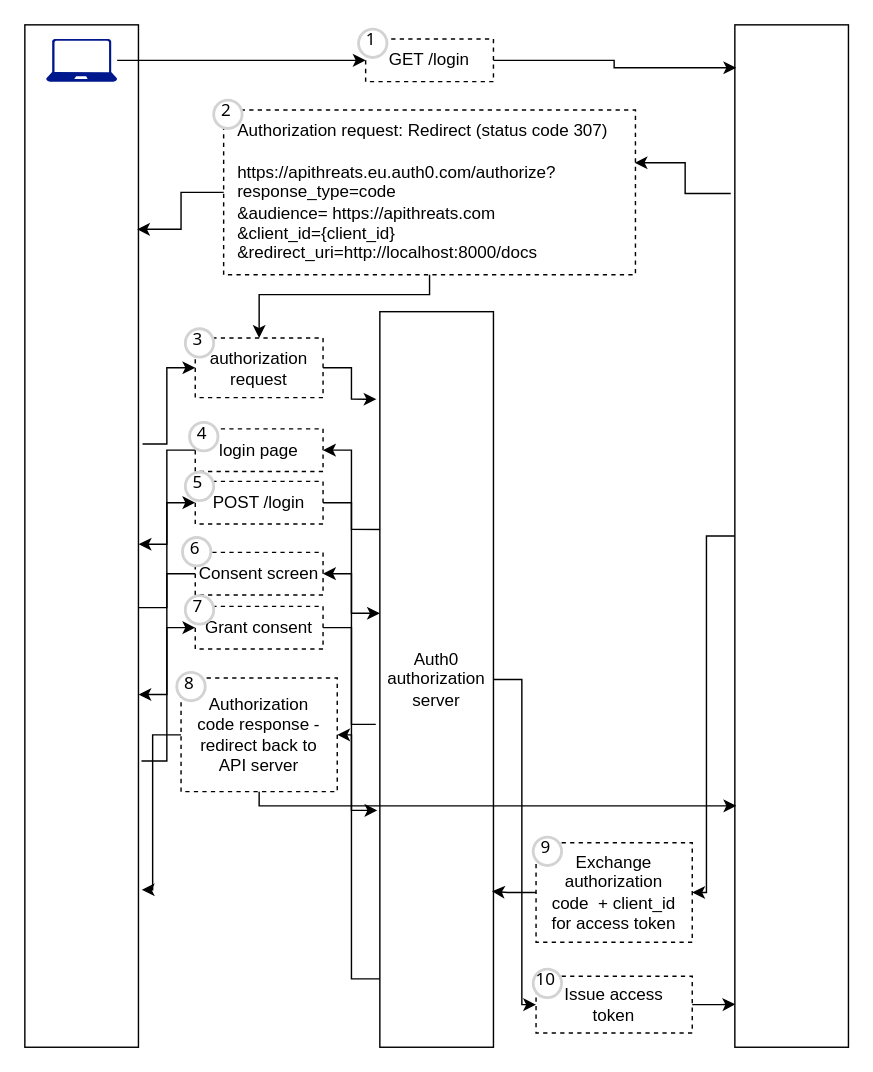
The draw.io diagram page "Page-7" (7 of 7) of ch08.drawio in abunuwas/api-sec-book-imgs, before the edit. Source tidied: cells renumbered, new cells numbered last; positions are measured from the earlier drawing's top-left corner, leaving out a move shared by most shapes. Both pictures are drawn from the tidied source at 142%, with x=0, y=0 at pixel (24, 24).
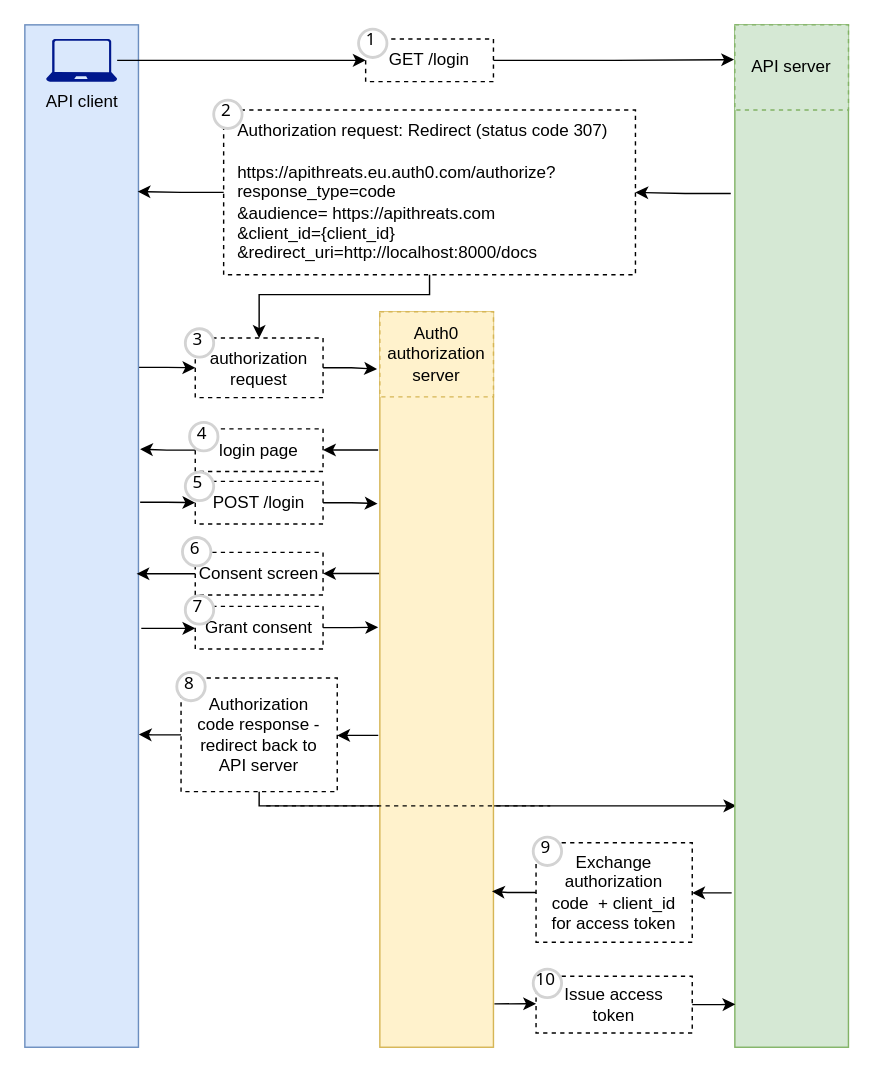
After the change.

Unchanged cells that the change refers to:
```xml
<mxCell id="15" value="GET /login" style="text;html=1;align=center;verticalAlign=middle;whiteSpace=wrap;rounded=0;strokeColor=default;dashed=1;" parent="1" vertex="1">
  <mxGeometry x="240" y="10" width="90" height="30" as="geometry" />
</mxCell>
<mxCell id="17" value="Authorization request: Redirect (status code 307)&lt;div&gt;&lt;br&gt;&lt;/div&gt;&lt;div&gt;https://apithreats.eu.auth0.com/authorize?&lt;/div&gt;&lt;div&gt;response_type=code&lt;/div&gt;&lt;div&gt;&amp;amp;audience= https://apithreats.com&lt;/div&gt;&lt;div&gt;&amp;amp;client_id={client_id}&lt;/div&gt;&lt;div&gt;&amp;amp;redirect_uri=http://localhost:8000/docs&lt;/div&gt;" style="text;html=1;align=left;verticalAlign=middle;whiteSpace=wrap;rounded=0;strokeColor=default;dashed=1;spacing=10;" parent="1" vertex="1">
  <mxGeometry x="140" y="60" width="290" height="116" as="geometry" />
</mxCell>
<mxCell id="18" value="authorization request" style="text;html=1;align=center;verticalAlign=middle;whiteSpace=wrap;rounded=0;strokeColor=default;dashed=1;" parent="1" vertex="1">
  <mxGeometry x="120" y="220.5" width="90" height="42" as="geometry" />
</mxCell>
<mxCell id="20" value="login page" style="text;html=1;align=center;verticalAlign=middle;whiteSpace=wrap;rounded=0;strokeColor=default;dashed=1;" parent="1" vertex="1">
  <mxGeometry x="120" y="284.5" width="90" height="30" as="geometry" />
</mxCell>
<mxCell id="21" value="POST /login" style="text;html=1;align=center;verticalAlign=middle;whiteSpace=wrap;rounded=0;strokeColor=default;dashed=1;" parent="1" vertex="1">
  <mxGeometry x="120" y="321.5" width="90" height="30" as="geometry" />
</mxCell>
<mxCell id="22" value="Consent screen" style="text;html=1;align=center;verticalAlign=middle;whiteSpace=wrap;rounded=0;strokeColor=default;dashed=1;" parent="1" vertex="1">
  <mxGeometry x="120" y="371.5" width="90" height="30" as="geometry" />
</mxCell>
<mxCell id="23" value="Grant&amp;nbsp;&lt;span style=&quot;background-color: transparent; color: light-dark(rgb(0, 0, 0), rgb(255, 255, 255));&quot;&gt;consent&lt;/span&gt;" style="text;html=1;align=center;verticalAlign=middle;whiteSpace=wrap;rounded=0;strokeColor=default;dashed=1;" parent="1" vertex="1">
  <mxGeometry x="120" y="409.5" width="90" height="30" as="geometry" />
</mxCell>
<mxCell id="24" value="Authorization code response - redirect back to API server" style="text;html=1;align=center;verticalAlign=middle;whiteSpace=wrap;rounded=0;strokeColor=default;dashed=1;spacing=8;" parent="1" vertex="1">
  <mxGeometry x="110" y="460" width="110" height="80" as="geometry" />
</mxCell>
<mxCell id="41" value="Exchange authorization code&amp;nbsp; + client_id for access token" style="text;html=1;align=center;verticalAlign=middle;whiteSpace=wrap;rounded=0;strokeColor=default;dashed=1;spacing=6;" parent="1" vertex="1">
  <mxGeometry x="360" y="576" width="110" height="70" as="geometry" />
</mxCell>
<mxCell id="42" value="Issue access token" style="text;html=1;align=center;verticalAlign=middle;whiteSpace=wrap;rounded=0;strokeColor=default;dashed=1;spacing=6;" parent="1" vertex="1">
  <mxGeometry x="360" y="670" width="110" height="40" as="geometry" />
</mxCell>
```

The edit, as a diff of the source:
```diff
@@
+    <mxCell id="45" style="edgeStyle=orthogonalEdgeStyle;rounded=0;jettySize=auto;html=1;" parent="1" edge="1" source="24">
+      <mxGeometry relative="1" as="geometry">
+        <mxPoint x="501" y="550" as="targetPoint" />
+        <Array as="points">
+          <mxPoint x="165" y="550" />
+          <mxPoint x="501" y="550" />
+        </Array>
+      </mxGeometry>
+    </mxCell>
-    <mxCell id="2" style="edgeStyle=orthogonalEdgeStyle;rounded=0;jettySize=auto;html=1;entryX=1;entryY=0.5;entryDx=0;entryDy=0;exitX=0.042;exitY=0.296;exitDx=0;exitDy=0;exitPerimeter=0;" parent="1" edge="1" source="6" target="20">
+    <mxCell id="2" style="edgeStyle=orthogonalEdgeStyle;rounded=0;jettySize=auto;html=1;entryX=1;entryY=0.5;entryDx=0;entryDy=0;exitX=-0.015;exitY=0.188;exitDx=0;exitDy=0;exitPerimeter=0;" parent="1" edge="1" source="6" target="20">
       <mxGeometry relative="1" as="geometry" />
     </mxCell>
-    <mxCell id="3" style="edgeStyle=orthogonalEdgeStyle;rounded=0;jettySize=auto;html=1;entryX=1;entryY=0.5;entryDx=0;entryDy=0;exitX=-0.036;exitY=0.561;exitDx=0;exitDy=0;exitPerimeter=0;" parent="1" edge="1" source="6" target="22">
+    <mxCell id="3" style="edgeStyle=orthogonalEdgeStyle;rounded=0;jettySize=auto;html=1;entryX=1;entryY=0.5;entryDx=0;entryDy=0;exitX=-0.004;exitY=0.356;exitDx=0;exitDy=0;exitPerimeter=0;" parent="1" edge="1" source="6" target="22">
       <mxGeometry relative="1" as="geometry" />
     </mxCell>
-    <mxCell id="4" style="edgeStyle=orthogonalEdgeStyle;rounded=0;jettySize=auto;html=1;entryX=1;entryY=0.5;entryDx=0;entryDy=0;exitX=0.015;exitY=0.907;exitDx=0;exitDy=0;exitPerimeter=0;" parent="1" edge="1" source="6" target="24">
+    <mxCell id="4" style="edgeStyle=orthogonalEdgeStyle;rounded=0;jettySize=auto;html=1;entryX=1;entryY=0.5;entryDx=0;entryDy=0;exitX=-0.014;exitY=0.576;exitDx=0;exitDy=0;exitPerimeter=0;" parent="1" edge="1" source="6" target="24">
       <mxGeometry relative="1" as="geometry" />
     </mxCell>
-    <mxCell id="5" style="edgeStyle=orthogonalEdgeStyle;rounded=0;jettySize=auto;html=1;entryX=0;entryY=0.5;entryDx=0;entryDy=0;" parent="1" edge="1" source="6" target="42">
+    <mxCell id="5" style="edgeStyle=orthogonalEdgeStyle;rounded=0;jettySize=auto;html=1;entryX=0;entryY=0.5;entryDx=0;entryDy=0;exitX=1.008;exitY=0.941;exitDx=0;exitDy=0;exitPerimeter=0;" parent="1" edge="1" source="6" target="42">
       <mxGeometry relative="1" as="geometry" />
     </mxCell>
-    <mxCell id="6" value="Auth0&lt;div&gt;authorization&lt;/div&gt;&lt;div&gt;server&lt;/div&gt;" style="rounded=0;whiteSpace=wrap;html=1;" parent="1" vertex="1">
+    <mxCell id="6" style="rounded=0;whiteSpace=wrap;html=1;fillColor=#fff2cc;strokeColor=#d6b656;" parent="1" vertex="1">
       <mxGeometry x="250" y="202" width="80" height="518" as="geometry" />
     </mxCell>
-    <mxCell id="7" style="edgeStyle=orthogonalEdgeStyle;rounded=0;jettySize=auto;html=1;entryX=0;entryY=0.5;entryDx=0;entryDy=0;exitX=1.036;exitY=0.41;exitDx=0;exitDy=0;exitPerimeter=0;" parent="1" edge="1" source="10" target="18">
+    <mxCell id="7" style="edgeStyle=orthogonalEdgeStyle;rounded=0;jettySize=auto;html=1;entryX=0;entryY=0.5;entryDx=0;entryDy=0;exitX=0.999;exitY=0.335;exitDx=0;exitDy=0;exitPerimeter=0;" parent="1" edge="1" source="10" target="18">
       <mxGeometry relative="1" as="geometry" />
     </mxCell>
-    <mxCell id="8" style="edgeStyle=orthogonalEdgeStyle;rounded=0;jettySize=auto;html=1;exitX=0.969;exitY=0.57;exitDx=0;exitDy=0;exitPerimeter=0;" parent="1" edge="1" source="10" target="21">
+    <mxCell id="8" style="edgeStyle=orthogonalEdgeStyle;rounded=0;jettySize=auto;html=1;exitX=1.015;exitY=0.467;exitDx=0;exitDy=0;exitPerimeter=0;" parent="1" edge="1" source="10" target="21">
       <mxGeometry relative="1" as="geometry" />
     </mxCell>
-    <mxCell id="9" style="edgeStyle=orthogonalEdgeStyle;rounded=0;jettySize=auto;html=1;entryX=0;entryY=0.5;entryDx=0;entryDy=0;exitX=1.027;exitY=0.72;exitDx=0;exitDy=0;exitPerimeter=0;" parent="1" edge="1" source="10" target="23">
-      <mxGeometry relative="1" as="geometry" />
+    <mxCell id="9" style="edgeStyle=orthogonalEdgeStyle;rounded=0;jettySize=auto;html=1;entryX=0;entryY=0.5;entryDx=0;entryDy=0;" parent="1" edge="1" target="23">
+      <mxGeometry relative="1" as="geometry">
+        <mxPoint x="82" y="425" as="sourcePoint" />
+      </mxGeometry>
     </mxCell>
-    <mxCell id="10" style="rounded=0;whiteSpace=wrap;html=1;" parent="1" vertex="1">
+    <mxCell id="10" style="rounded=0;whiteSpace=wrap;html=1;fillColor=#dae8fc;strokeColor=#6c8ebf;" parent="1" vertex="1">
       <mxGeometry width="80" height="720" as="geometry" />
     </mxCell>
-    <mxCell id="11" style="edgeStyle=orthogonalEdgeStyle;rounded=0;jettySize=auto;html=1;entryX=1;entryY=0.5;entryDx=0;entryDy=0;" parent="1" edge="1" source="12" target="41">
+    <mxCell id="11" style="edgeStyle=orthogonalEdgeStyle;rounded=0;jettySize=auto;html=1;entryX=1;entryY=0.5;entryDx=0;entryDy=0;exitX=-0.028;exitY=0.849;exitDx=0;exitDy=0;exitPerimeter=0;" parent="1" edge="1" source="12" target="41">
       <mxGeometry relative="1" as="geometry" />
     </mxCell>
-    <mxCell id="12" style="rounded=0;whiteSpace=wrap;html=1;" parent="1" vertex="1">
+    <mxCell id="12" style="rounded=0;whiteSpace=wrap;html=1;fillColor=#d5e8d4;strokeColor=#82b366;" parent="1" vertex="1">
       <mxGeometry x="500" width="80" height="720" as="geometry" />
     </mxCell>
@@
-    <mxCell id="14" style="sketch=0;shadow=0;dashed=0;html=1;strokeColor=none;labelPosition=center;verticalLabelPosition=bottom;verticalAlign=top;align=center;fillColor=#00188D;shape=mxgraph.azure.laptop;" parent="1" vertex="1">
+    <mxCell id="14" value="API client" style="sketch=0;shadow=0;dashed=0;html=1;strokeColor=none;labelPosition=center;verticalLabelPosition=bottom;verticalAlign=top;align=center;fillColor=#00188D;shape=mxgraph.azure.laptop;" parent="1" vertex="1">
       <mxGeometry x="15" y="10" width="50" height="30" as="geometry" />
     </mxCell>
@@
-    <mxCell id="19" style="edgeStyle=orthogonalEdgeStyle;rounded=0;jettySize=auto;html=1;entryX=1.002;entryY=0.508;entryDx=0;entryDy=0;entryPerimeter=0;" parent="1" edge="1" source="20" target="10">
+    <mxCell id="19" style="edgeStyle=orthogonalEdgeStyle;rounded=0;jettySize=auto;html=1;entryX=1.015;entryY=0.415;entryDx=0;entryDy=0;entryPerimeter=0;" parent="1" edge="1" source="20" target="10">
       <mxGeometry relative="1" as="geometry" />
     </mxCell>
@@
-    <mxCell id="25" style="edgeStyle=orthogonalEdgeStyle;rounded=0;jettySize=auto;html=1;entryX=0.012;entryY=0.042;entryDx=0;entryDy=0;entryPerimeter=0;" parent="1" edge="1" source="15" target="12">
+    <mxCell id="25" style="edgeStyle=orthogonalEdgeStyle;rounded=0;jettySize=auto;html=1;entryX=-0.007;entryY=0.034;entryDx=0;entryDy=0;entryPerimeter=0;" parent="1" edge="1" source="15" target="12">
       <mxGeometry relative="1" as="geometry" />
     </mxCell>
-    <mxCell id="26" style="edgeStyle=orthogonalEdgeStyle;rounded=0;jettySize=auto;html=1;entryX=0.998;entryY=0.32;entryDx=0;entryDy=0;entryPerimeter=0;exitX=-0.036;exitY=0.165;exitDx=0;exitDy=0;exitPerimeter=0;" parent="1" edge="1" source="12" target="17">
+    <mxCell id="26" style="edgeStyle=orthogonalEdgeStyle;rounded=0;jettySize=auto;html=1;entryX=1;entryY=0.5;entryDx=0;entryDy=0;exitX=-0.036;exitY=0.165;exitDx=0;exitDy=0;exitPerimeter=0;" parent="1" edge="1" source="12" target="17">
       <mxGeometry relative="1" as="geometry" />
     </mxCell>
-    <mxCell id="27" style="edgeStyle=orthogonalEdgeStyle;rounded=0;jettySize=auto;html=1;entryX=0.988;entryY=0.2;entryDx=0;entryDy=0;entryPerimeter=0;" parent="1" edge="1" source="17" target="10">
+    <mxCell id="27" style="edgeStyle=orthogonalEdgeStyle;rounded=0;jettySize=auto;html=1;entryX=0.993;entryY=0.163;entryDx=0;entryDy=0;entryPerimeter=0;" parent="1" edge="1" source="17" target="10">
       <mxGeometry relative="1" as="geometry" />
     </mxCell>
-    <mxCell id="28" style="edgeStyle=orthogonalEdgeStyle;rounded=0;jettySize=auto;html=1;entryX=-0.03;entryY=0.119;entryDx=0;entryDy=0;entryPerimeter=0;" parent="1" edge="1" source="18" target="6">
+    <mxCell id="28" style="edgeStyle=orthogonalEdgeStyle;rounded=0;jettySize=auto;html=1;entryX=-0.025;entryY=0.078;entryDx=0;entryDy=0;entryPerimeter=0;" parent="1" edge="1" source="18" target="6">
       <mxGeometry relative="1" as="geometry" />
     </mxCell>
-    <mxCell id="29" style="edgeStyle=orthogonalEdgeStyle;rounded=0;jettySize=auto;html=1;entryX=0;entryY=0.41;entryDx=0;entryDy=0;entryPerimeter=0;" parent="1" edge="1" source="21" target="6">
+    <mxCell id="29" style="edgeStyle=orthogonalEdgeStyle;rounded=0;jettySize=auto;html=1;entryX=-0.02;entryY=0.261;entryDx=0;entryDy=0;entryPerimeter=0;" parent="1" edge="1" source="21" target="6">
       <mxGeometry relative="1" as="geometry" />
     </mxCell>
-    <mxCell id="30" style="edgeStyle=orthogonalEdgeStyle;rounded=0;jettySize=auto;html=1;entryX=1;entryY=0.655;entryDx=0;entryDy=0;entryPerimeter=0;" parent="1" edge="1" source="22" target="10">
+    <mxCell id="30" style="edgeStyle=orthogonalEdgeStyle;rounded=0;jettySize=auto;html=1;entryX=0.983;entryY=0.537;entryDx=0;entryDy=0;entryPerimeter=0;" parent="1" edge="1" source="22" target="10">
       <mxGeometry relative="1" as="geometry" />
     </mxCell>
-    <mxCell id="31" style="edgeStyle=orthogonalEdgeStyle;rounded=0;jettySize=auto;html=1;entryX=-0.022;entryY=0.678;entryDx=0;entryDy=0;entryPerimeter=0;" parent="1" edge="1" source="23" target="6">
+    <mxCell id="31" style="edgeStyle=orthogonalEdgeStyle;rounded=0;jettySize=auto;html=1;entryX=-0.015;entryY=0.429;entryDx=0;entryDy=0;entryPerimeter=0;" parent="1" edge="1" source="23" target="6">
       <mxGeometry relative="1" as="geometry" />
     </mxCell>
-    <mxCell id="32" style="edgeStyle=orthogonalEdgeStyle;rounded=0;jettySize=auto;html=1;entryX=1.029;entryY=0.846;entryDx=0;entryDy=0;entryPerimeter=0;" parent="1" edge="1" source="24" target="10">
+    <mxCell id="32" style="edgeStyle=orthogonalEdgeStyle;rounded=0;jettySize=auto;html=1;entryX=1.004;entryY=0.694;entryDx=0;entryDy=0;entryPerimeter=0;" parent="1" edge="1" source="24" target="10">
       <mxGeometry relative="1" as="geometry" />
     </mxCell>
@@
-    <mxCell id="45" style="edgeStyle=orthogonalEdgeStyle;rounded=0;jettySize=auto;html=1;" parent="1" edge="1" source="24">
-      <mxGeometry relative="1" as="geometry">
-        <mxPoint x="501" y="550" as="targetPoint" />
-        <Array as="points">
-          <mxPoint x="165" y="550" />
-          <mxPoint x="501" y="550" />
-        </Array>
-      </mxGeometry>
-    </mxCell>
@@
+    <mxCell id="48" style="endArrow=none;html=1;rounded=0;dashed=1;" parent="1" edge="1">
+      <mxGeometry relative="1" as="geometry">
+        <mxPoint x="170" y="550" as="sourcePoint" />
+        <mxPoint x="370" y="550" as="targetPoint" />
+      </mxGeometry>
+    </mxCell>
+    <mxCell id="49" value="Auth0 authorization server" style="text;html=1;align=center;verticalAlign=middle;whiteSpace=wrap;rounded=0;dashed=1;fillColor=#fff2cc;strokeColor=#d6b656;" parent="1" vertex="1">
+      <mxGeometry x="250" y="202" width="80" height="60" as="geometry" />
+    </mxCell>
+    <mxCell id="50" value="API server" style="text;html=1;align=center;verticalAlign=middle;whiteSpace=wrap;rounded=0;strokeColor=#82b366;dashed=1;fillColor=#d5e8d4;" parent="1" vertex="1">
+      <mxGeometry x="500" width="80" height="60" as="geometry" />
+    </mxCell>
```
